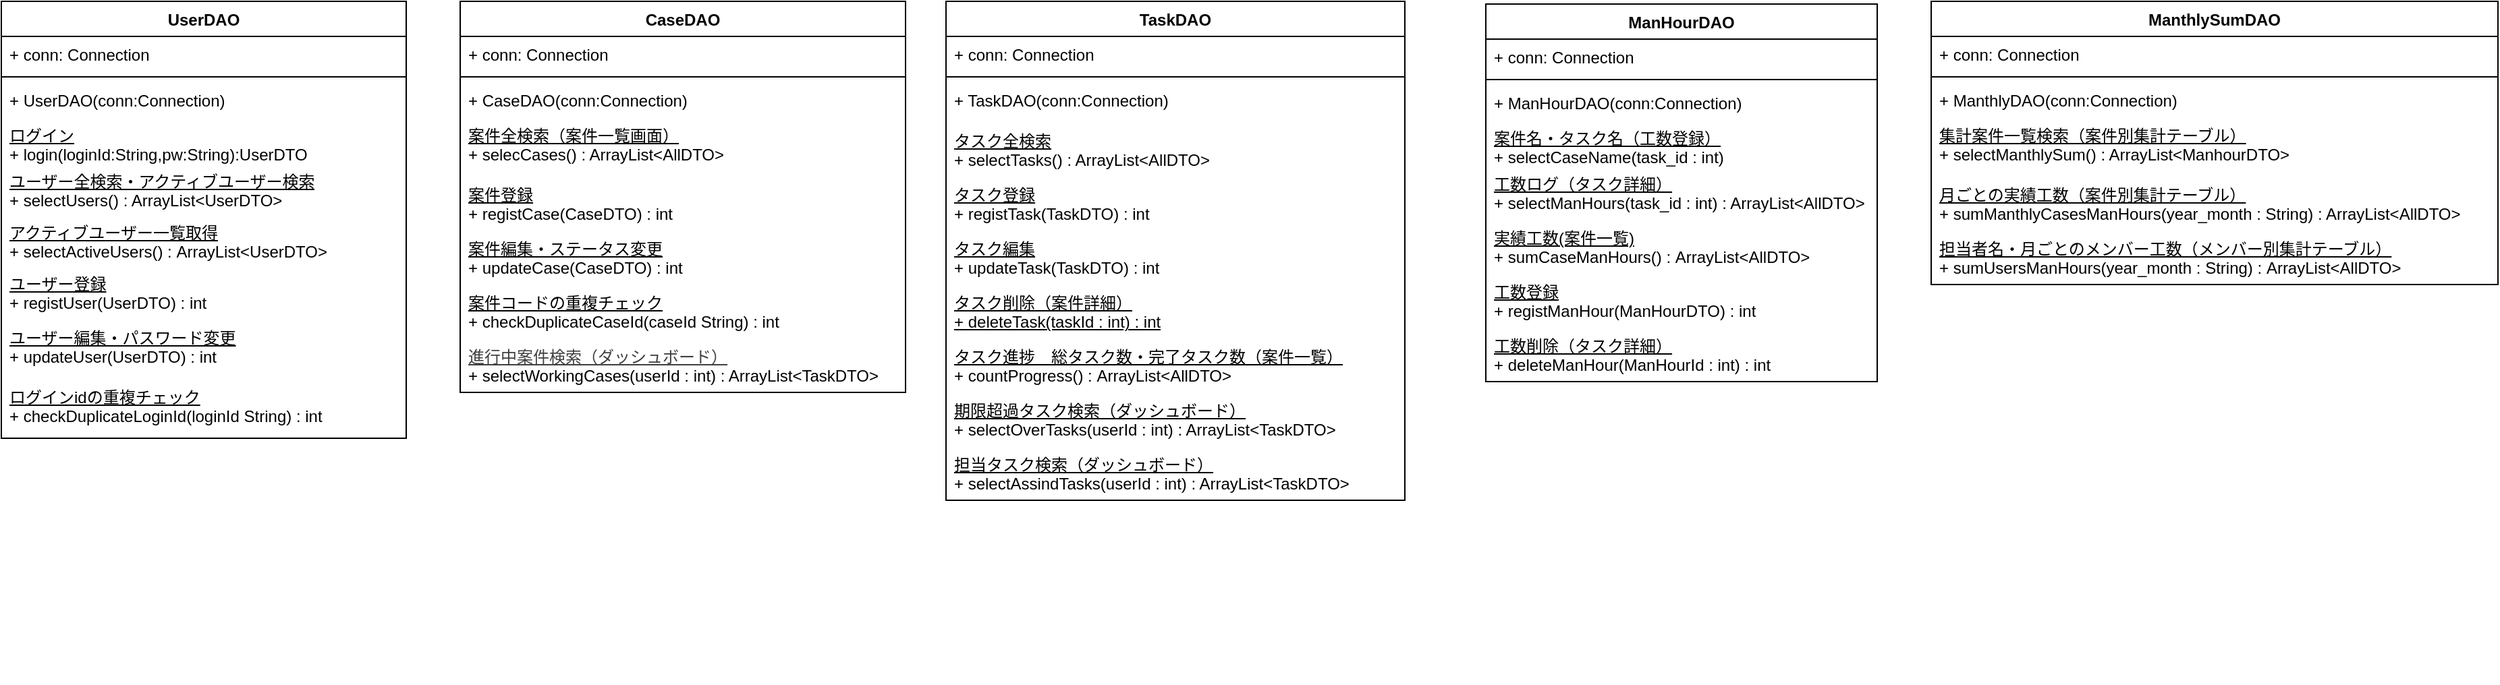
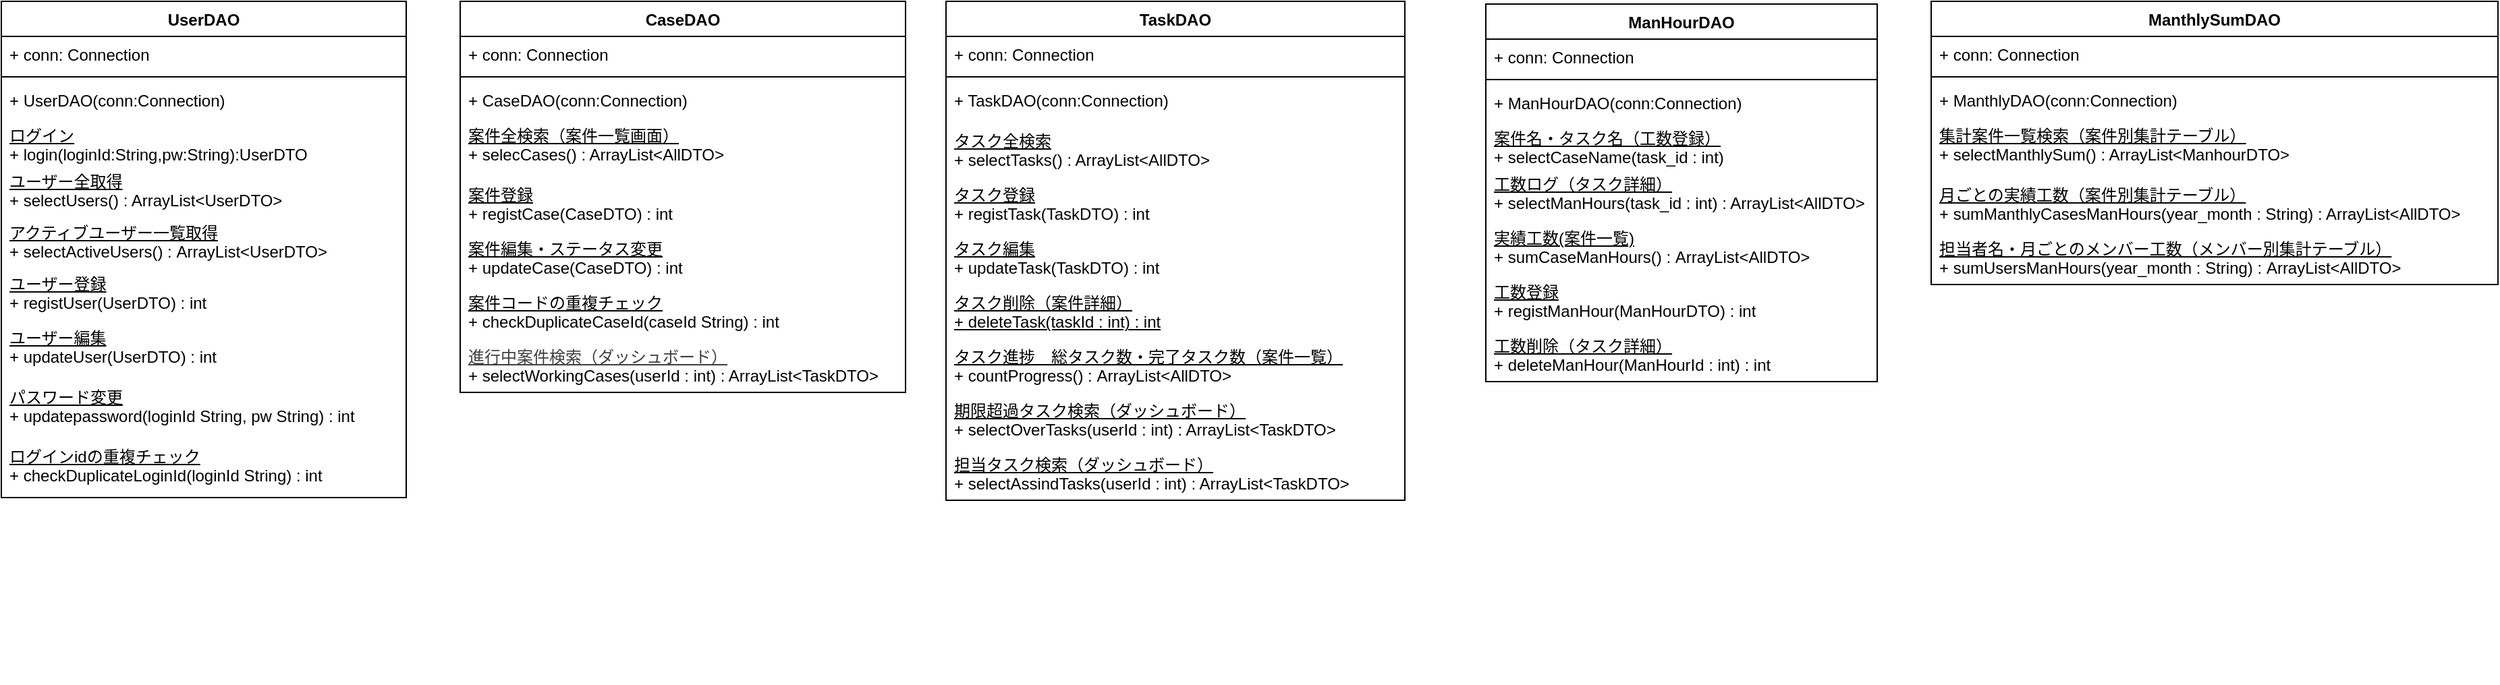
<mxfile host="65bd71144e">
    <diagram id="FiwLhSfAqCs7Xlh_osOK" name="ページ1">
-         <mxGraphModel dx="571" dy="549" grid="1" gridSize="10" guides="1" tooltips="1" connect="1" arrows="1" fold="1" page="1" pageScale="1" pageWidth="827" pageHeight="1169" math="0" shadow="0">
+         <mxGraphModel dx="392" dy="549" grid="1" gridSize="10" guides="1" tooltips="1" connect="1" arrows="1" fold="1" page="1" pageScale="1" pageWidth="827" pageHeight="1169" math="0" shadow="0">
            <root>
                <mxCell id="0"/>
                <mxCell id="1" parent="0"/>
                <mxCell id="20" value="CaseDAO" style="swimlane;fontStyle=1;align=center;verticalAlign=top;childLayout=stackLayout;horizontal=1;startSize=26;horizontalStack=0;resizeParent=1;resizeParentMax=0;resizeLast=0;collapsible=1;marginBottom=0;whiteSpace=wrap;html=1;" parent="1" vertex="1">
                    <mxGeometry x="350" y="490" width="330" height="290" as="geometry"/>
                </mxCell>
                <mxCell id="21" value="+ conn: Connection" style="text;strokeColor=none;fillColor=none;align=left;verticalAlign=top;spacingLeft=4;spacingRight=4;overflow=hidden;rotatable=0;points=[[0,0.5],[1,0.5]];portConstraint=eastwest;whiteSpace=wrap;html=1;" parent="20" vertex="1">
                    <mxGeometry y="26" width="330" height="26" as="geometry"/>
                </mxCell>
                <mxCell id="22" value="" style="line;strokeWidth=1;fillColor=none;align=left;verticalAlign=middle;spacingTop=-1;spacingLeft=3;spacingRight=3;rotatable=0;labelPosition=right;points=[];portConstraint=eastwest;strokeColor=inherit;" parent="20" vertex="1">
                    <mxGeometry y="52" width="330" height="8" as="geometry"/>
                </mxCell>
                <mxCell id="23" value="+ CaseDAO(conn:Connection)" style="text;strokeColor=none;fillColor=none;align=left;verticalAlign=top;spacingLeft=4;spacingRight=4;overflow=hidden;rotatable=0;points=[[0,0.5],[1,0.5]];portConstraint=eastwest;whiteSpace=wrap;html=1;" parent="20" vertex="1">
                    <mxGeometry y="60" width="330" height="26" as="geometry"/>
                </mxCell>
                <mxCell id="30" value="&lt;div&gt;&lt;u&gt;&lt;font style=&quot;color: rgb(0, 0, 0);&quot;&gt;案件全検索（案件一覧画面）&lt;/font&gt;&lt;/u&gt;&lt;/div&gt;&lt;div&gt;&lt;font style=&quot;color: rgb(0, 0, 0);&quot;&gt;&lt;span style=&quot;background-color: transparent;&quot;&gt;+ selecCases(&lt;/span&gt;&lt;span style=&quot;background-color: transparent;&quot;&gt;) : ArrayList&amp;lt;AllDTO&amp;gt;&lt;/span&gt;&lt;/font&gt;&lt;/div&gt;" style="text;strokeColor=none;fillColor=none;align=left;verticalAlign=top;spacingLeft=4;spacingRight=4;overflow=hidden;rotatable=0;points=[[0,0.5],[1,0.5]];portConstraint=eastwest;whiteSpace=wrap;html=1;fontFamily=Helvetica;fontSize=12;fontColor=default;" parent="20" vertex="1">
                    <mxGeometry y="86" width="330" height="44" as="geometry"/>
                </mxCell>
                <mxCell id="54" value="&lt;div&gt;&lt;span&gt;&lt;u style=&quot;&quot;&gt;&lt;font style=&quot;color: rgb(0, 0, 0);&quot;&gt;案件登録&lt;/font&gt;&lt;/u&gt;&lt;/span&gt;&lt;/div&gt;&lt;span style=&quot;color: rgb(0, 0, 0);&quot;&gt;&lt;font style=&quot;color: rgb(0, 0, 0);&quot;&gt;+ registCase(CaseDTO) : int&lt;/font&gt;&lt;/span&gt;" style="text;strokeColor=none;fillColor=none;align=left;verticalAlign=top;spacingLeft=4;spacingRight=4;overflow=hidden;rotatable=0;points=[[0,0.5],[1,0.5]];portConstraint=eastwest;whiteSpace=wrap;html=1;fontFamily=Helvetica;fontSize=12;fontColor=default;" parent="20" vertex="1">
                    <mxGeometry y="130" width="330" height="40" as="geometry"/>
                </mxCell>
                <mxCell id="28" value="&lt;div&gt;&lt;u&gt;&lt;font style=&quot;color: rgb(0, 0, 0);&quot;&gt;案件編集・ステータス変更&lt;/font&gt;&lt;/u&gt;&lt;/div&gt;&lt;div&gt;&lt;span style=&quot;background-color: transparent;&quot;&gt;&lt;font style=&quot;color: rgb(0, 0, 0);&quot;&gt;+ updateCase(CaseDTO) : int&lt;/font&gt;&lt;/span&gt;&lt;/div&gt;" style="text;strokeColor=none;fillColor=none;align=left;verticalAlign=top;spacingLeft=4;spacingRight=4;overflow=hidden;rotatable=0;points=[[0,0.5],[1,0.5]];portConstraint=eastwest;whiteSpace=wrap;html=1;fontFamily=Helvetica;fontSize=12;fontColor=default;" parent="20" vertex="1">
                    <mxGeometry y="170" width="330" height="40" as="geometry"/>
                </mxCell>
                <mxCell id="95" value="&lt;u&gt;案件コードの重複チェック&lt;/u&gt;&lt;div&gt;+ checkDuplicateCaseId(caseId String) : int&amp;nbsp;&lt;/div&gt;" style="text;strokeColor=none;fillColor=none;align=left;verticalAlign=top;spacingLeft=4;spacingRight=4;overflow=hidden;rotatable=0;points=[[0,0.5],[1,0.5]];portConstraint=eastwest;whiteSpace=wrap;html=1;fontFamily=Helvetica;fontSize=12;fontColor=default;" parent="20" vertex="1">
                    <mxGeometry y="210" width="330" height="40" as="geometry"/>
                </mxCell>
                <mxCell id="96" value="&lt;div style=&quot;scrollbar-color: rgb(226, 226, 226) rgb(251, 251, 251); color: rgb(63, 63, 63);&quot;&gt;&lt;font style=&quot;scrollbar-color: rgb(226, 226, 226) rgb(251, 251, 251); color: rgb(63, 63, 63);&quot;&gt;&lt;u style=&quot;scrollbar-color: rgb(226, 226, 226) rgb(251, 251, 251); color: rgb(63, 63, 63);&quot;&gt;進行中案件検索（ダッシュボード）&lt;/u&gt;&lt;/font&gt;&lt;/div&gt;&lt;span style=&quot;scrollbar-color: rgb(226, 226, 226) rgb(251, 251, 251); color: rgb(0, 0, 0);&quot;&gt;+ selectWorkingCases(&lt;span style=&quot;scrollbar-color: rgb(226, 226, 226) rgb(251, 251, 251); color: rgb(0, 0, 0);&quot;&gt;userId : int&lt;/span&gt;) : ArrayList&amp;lt;TaskDTO&amp;gt;&lt;/span&gt;" style="text;strokeColor=none;fillColor=none;align=left;verticalAlign=top;spacingLeft=4;spacingRight=4;overflow=hidden;rotatable=0;points=[[0,0.5],[1,0.5]];portConstraint=eastwest;whiteSpace=wrap;html=1;fontFamily=Helvetica;fontSize=12;fontColor=default;" parent="20" vertex="1">
                    <mxGeometry y="250" width="330" height="40" as="geometry"/>
                </mxCell>
                <mxCell id="27" style="text;strokeColor=none;fillColor=none;align=left;verticalAlign=top;spacingLeft=4;spacingRight=4;overflow=hidden;rotatable=0;points=[[0,0.5],[1,0.5]];portConstraint=eastwest;whiteSpace=wrap;html=1;" parent="20" vertex="1">
                    <mxGeometry y="290" width="330" as="geometry"/>
                </mxCell>
                <mxCell id="32" value="UserDAO" style="swimlane;fontStyle=1;align=center;verticalAlign=top;childLayout=stackLayout;horizontal=1;startSize=26;horizontalStack=0;resizeParent=1;resizeParentMax=0;resizeLast=0;collapsible=1;marginBottom=0;whiteSpace=wrap;html=1;" parent="1" vertex="1">
-                     <mxGeometry x="10" y="490" width="300" height="324" as="geometry"/>
+                     <mxGeometry x="10" y="490" width="300" height="368" as="geometry"/>
                </mxCell>
                <mxCell id="33" value="+ conn: Connection" style="text;strokeColor=none;fillColor=none;align=left;verticalAlign=top;spacingLeft=4;spacingRight=4;overflow=hidden;rotatable=0;points=[[0,0.5],[1,0.5]];portConstraint=eastwest;whiteSpace=wrap;html=1;" parent="32" vertex="1">
                    <mxGeometry y="26" width="300" height="26" as="geometry"/>
                </mxCell>
                <mxCell id="34" value="" style="line;strokeWidth=1;fillColor=none;align=left;verticalAlign=middle;spacingTop=-1;spacingLeft=3;spacingRight=3;rotatable=0;labelPosition=right;points=[];portConstraint=eastwest;strokeColor=inherit;" parent="32" vertex="1">
                    <mxGeometry y="52" width="300" height="8" as="geometry"/>
                </mxCell>
                <mxCell id="35" value="+ UserDAO(conn:Connection)" style="text;strokeColor=none;fillColor=none;align=left;verticalAlign=top;spacingLeft=4;spacingRight=4;overflow=hidden;rotatable=0;points=[[0,0.5],[1,0.5]];portConstraint=eastwest;whiteSpace=wrap;html=1;" parent="32" vertex="1">
                    <mxGeometry y="60" width="300" height="26" as="geometry"/>
                </mxCell>
                <mxCell id="41" value="&lt;div&gt;&lt;span style=&quot;background-color: transparent;&quot;&gt;&lt;u&gt;ログイン&lt;/u&gt;&lt;/span&gt;&lt;/div&gt;&lt;div&gt;&lt;span style=&quot;color: rgb(0, 0, 0);&quot;&gt;+ login(loginId:String,pw:String):UserDTO&lt;/span&gt;&lt;/div&gt;" style="text;strokeColor=none;fillColor=none;align=left;verticalAlign=top;spacingLeft=4;spacingRight=4;overflow=hidden;rotatable=0;points=[[0,0.5],[1,0.5]];portConstraint=eastwest;whiteSpace=wrap;html=1;" parent="32" vertex="1">
                    <mxGeometry y="86" width="300" height="34" as="geometry"/>
                </mxCell>
-                 <mxCell id="37" value="&lt;div&gt;&lt;span style=&quot;background-color: transparent;&quot;&gt;&lt;font style=&quot;color: rgb(0, 0, 0);&quot;&gt;&lt;u&gt;ユーザー全検索・アクティブユーザー検索&lt;/u&gt;&lt;/font&gt;&lt;/span&gt;&lt;/div&gt;&lt;div&gt;&lt;span style=&quot;background-color: transparent;&quot;&gt;&lt;font style=&quot;color: rgb(0, 0, 0);&quot;&gt;+ selectUsers() : ArrayList&amp;lt;UserDTO&amp;gt;&lt;/font&gt;&lt;/span&gt;&lt;/div&gt;" style="text;strokeColor=none;fillColor=none;align=left;verticalAlign=top;spacingLeft=4;spacingRight=4;overflow=hidden;rotatable=0;points=[[0,0.5],[1,0.5]];portConstraint=eastwest;whiteSpace=wrap;html=1;fontFamily=Helvetica;fontSize=12;fontColor=default;" parent="32" vertex="1">
+                 <mxCell id="37" value="&lt;div&gt;&lt;span style=&quot;background-color: transparent;&quot;&gt;&lt;font style=&quot;color: rgb(0, 0, 0);&quot;&gt;&lt;u&gt;ユーザー全取得&lt;/u&gt;&lt;/font&gt;&lt;/span&gt;&lt;/div&gt;&lt;div&gt;&lt;span style=&quot;background-color: transparent;&quot;&gt;&lt;font style=&quot;color: rgb(0, 0, 0);&quot;&gt;+ selectUsers() : ArrayList&amp;lt;UserDTO&amp;gt;&lt;/font&gt;&lt;/span&gt;&lt;/div&gt;" style="text;strokeColor=none;fillColor=none;align=left;verticalAlign=top;spacingLeft=4;spacingRight=4;overflow=hidden;rotatable=0;points=[[0,0.5],[1,0.5]];portConstraint=eastwest;whiteSpace=wrap;html=1;fontFamily=Helvetica;fontSize=12;fontColor=default;" parent="32" vertex="1">
                    <mxGeometry y="120" width="300" height="38" as="geometry"/>
                </mxCell>
                <mxCell id="97" value="&lt;u&gt;アクティブユーザー一覧取得&lt;/u&gt;&lt;div&gt;+ selectActiveUsers() :&amp;nbsp;&lt;span style=&quot;color: rgb(0, 0, 0); background-color: transparent;&quot;&gt;ArrayList&amp;lt;UserDTO&amp;gt;&lt;/span&gt;&lt;/div&gt;" style="text;strokeColor=none;fillColor=none;align=left;verticalAlign=top;spacingLeft=4;spacingRight=4;overflow=hidden;rotatable=0;points=[[0,0.5],[1,0.5]];portConstraint=eastwest;whiteSpace=wrap;html=1;fontFamily=Helvetica;fontSize=12;fontColor=default;" vertex="1" parent="32">
                    <mxGeometry y="158" width="300" height="38" as="geometry"/>
                </mxCell>
                <mxCell id="43" value="&lt;div&gt;&lt;font style=&quot;color: rgb(0, 0, 0);&quot;&gt;&lt;u&gt;ユーザー登録&lt;/u&gt;&lt;/font&gt;&lt;/div&gt;&lt;div&gt;&lt;font style=&quot;color: rgb(0, 0, 0);&quot;&gt;+ registUser(UserDTO) : int&lt;/font&gt;&lt;/div&gt;" style="text;strokeColor=none;fillColor=none;align=left;verticalAlign=top;spacingLeft=4;spacingRight=4;overflow=hidden;rotatable=0;points=[[0,0.5],[1,0.5]];portConstraint=eastwest;whiteSpace=wrap;html=1;fontFamily=Helvetica;fontSize=12;fontColor=default;" parent="32" vertex="1">
                    <mxGeometry y="196" width="300" height="40" as="geometry"/>
                </mxCell>
-                 <mxCell id="39" value="&lt;div&gt;&lt;u&gt;ユーザー編集・パスワード変更&lt;/u&gt;&lt;/div&gt;+ updateUser(UserDTO) : int" style="text;strokeColor=none;fillColor=none;align=left;verticalAlign=top;spacingLeft=4;spacingRight=4;overflow=hidden;rotatable=0;points=[[0,0.5],[1,0.5]];portConstraint=eastwest;whiteSpace=wrap;html=1;fontFamily=Helvetica;fontSize=12;fontColor=default;" parent="32" vertex="1">
+                 <mxCell id="39" value="&lt;div&gt;&lt;u&gt;ユーザー編集&lt;/u&gt;&lt;/div&gt;+ updateUser(UserDTO) : int" style="text;strokeColor=none;fillColor=none;align=left;verticalAlign=top;spacingLeft=4;spacingRight=4;overflow=hidden;rotatable=0;points=[[0,0.5],[1,0.5]];portConstraint=eastwest;whiteSpace=wrap;html=1;fontFamily=Helvetica;fontSize=12;fontColor=default;" parent="32" vertex="1">
                    <mxGeometry y="236" width="300" height="44" as="geometry"/>
                </mxCell>
-                 <mxCell id="94" value="&lt;u&gt;ログインidの重複チェック&lt;/u&gt;&lt;div&gt;+ checkDuplicateLoginId(loginId String) : int&lt;/div&gt;" style="text;strokeColor=none;fillColor=none;align=left;verticalAlign=top;spacingLeft=4;spacingRight=4;overflow=hidden;rotatable=0;points=[[0,0.5],[1,0.5]];portConstraint=eastwest;whiteSpace=wrap;html=1;fontFamily=Helvetica;fontSize=12;fontColor=default;" parent="32" vertex="1">
+                 <mxCell id="98" value="&lt;u&gt;パスワード変更&lt;/u&gt;&lt;div&gt;+ updatepassword(loginId String, pw String) : int&lt;/div&gt;" style="text;strokeColor=none;fillColor=none;align=left;verticalAlign=top;spacingLeft=4;spacingRight=4;overflow=hidden;rotatable=0;points=[[0,0.5],[1,0.5]];portConstraint=eastwest;whiteSpace=wrap;html=1;fontFamily=Helvetica;fontSize=12;fontColor=default;" vertex="1" parent="32">
                    <mxGeometry y="280" width="300" height="44" as="geometry"/>
                </mxCell>
+                 <mxCell id="94" value="&lt;u&gt;ログインidの重複チェック&lt;/u&gt;&lt;div&gt;+ checkDuplicateLoginId(loginId String) : int&lt;/div&gt;" style="text;strokeColor=none;fillColor=none;align=left;verticalAlign=top;spacingLeft=4;spacingRight=4;overflow=hidden;rotatable=0;points=[[0,0.5],[1,0.5]];portConstraint=eastwest;whiteSpace=wrap;html=1;fontFamily=Helvetica;fontSize=12;fontColor=default;" parent="32" vertex="1">
+                     <mxGeometry y="324" width="300" height="44" as="geometry"/>
+                 </mxCell>
                <mxCell id="40" style="text;strokeColor=none;fillColor=none;align=left;verticalAlign=top;spacingLeft=4;spacingRight=4;overflow=hidden;rotatable=0;points=[[0,0.5],[1,0.5]];portConstraint=eastwest;whiteSpace=wrap;html=1;" parent="32" vertex="1">
-                     <mxGeometry y="324" width="300" as="geometry"/>
+                     <mxGeometry y="368" width="300" as="geometry"/>
                </mxCell>
                <mxCell id="45" value="TaskDAO" style="swimlane;fontStyle=1;align=center;verticalAlign=top;childLayout=stackLayout;horizontal=1;startSize=26;horizontalStack=0;resizeParent=1;resizeParentMax=0;resizeLast=0;collapsible=1;marginBottom=0;whiteSpace=wrap;html=1;" parent="1" vertex="1">
                    <mxGeometry x="710" y="490" width="340" height="370" as="geometry"/>
                </mxCell>
                <mxCell id="46" value="+ conn: Connection" style="text;strokeColor=none;fillColor=none;align=left;verticalAlign=top;spacingLeft=4;spacingRight=4;overflow=hidden;rotatable=0;points=[[0,0.5],[1,0.5]];portConstraint=eastwest;whiteSpace=wrap;html=1;" parent="45" vertex="1">
                    <mxGeometry y="26" width="340" height="26" as="geometry"/>
                </mxCell>
                <mxCell id="47" value="" style="line;strokeWidth=1;fillColor=none;align=left;verticalAlign=middle;spacingTop=-1;spacingLeft=3;spacingRight=3;rotatable=0;labelPosition=right;points=[];portConstraint=eastwest;strokeColor=inherit;" parent="45" vertex="1">
                    <mxGeometry y="52" width="340" height="8" as="geometry"/>
                </mxCell>
                <mxCell id="48" value="+ TaskDAO(conn:Connection)" style="text;strokeColor=none;fillColor=none;align=left;verticalAlign=top;spacingLeft=4;spacingRight=4;overflow=hidden;rotatable=0;points=[[0,0.5],[1,0.5]];portConstraint=eastwest;whiteSpace=wrap;html=1;" parent="45" vertex="1">
                    <mxGeometry y="60" width="340" height="30" as="geometry"/>
                </mxCell>
                <mxCell id="49" value="&lt;div&gt;&lt;u&gt;タスク全検索&lt;/u&gt;&lt;/div&gt;+ selectTasks() : ArrayList&amp;lt;AllDTO&amp;gt;" style="text;strokeColor=none;fillColor=none;align=left;verticalAlign=top;spacingLeft=4;spacingRight=4;overflow=hidden;rotatable=0;points=[[0,0.5],[1,0.5]];portConstraint=eastwest;whiteSpace=wrap;html=1;fontFamily=Helvetica;fontSize=12;fontColor=default;" parent="45" vertex="1">
                    <mxGeometry y="90" width="340" height="40" as="geometry"/>
                </mxCell>
                <mxCell id="51" value="&lt;div&gt;&lt;u&gt;タスク登録&lt;/u&gt;&lt;/div&gt;+ registTask(TaskDTO) : int" style="text;strokeColor=none;fillColor=none;align=left;verticalAlign=top;spacingLeft=4;spacingRight=4;overflow=hidden;rotatable=0;points=[[0,0.5],[1,0.5]];portConstraint=eastwest;whiteSpace=wrap;html=1;fontFamily=Helvetica;fontSize=12;fontColor=default;" parent="45" vertex="1">
                    <mxGeometry y="130" width="340" height="40" as="geometry"/>
                </mxCell>
                <mxCell id="52" value="&lt;div&gt;&lt;u&gt;タスク編集&lt;/u&gt;&lt;/div&gt;+ updateTask(TaskDTO) : int" style="text;strokeColor=none;fillColor=none;align=left;verticalAlign=top;spacingLeft=4;spacingRight=4;overflow=hidden;rotatable=0;points=[[0,0.5],[1,0.5]];portConstraint=eastwest;whiteSpace=wrap;html=1;fontFamily=Helvetica;fontSize=12;fontColor=default;" parent="45" vertex="1">
                    <mxGeometry y="170" width="340" height="40" as="geometry"/>
                </mxCell>
                <mxCell id="93" value="&lt;u&gt;タスク削除（案件詳細）&lt;/u&gt;&lt;div&gt;&lt;u&gt;&lt;font style=&quot;color: rgb(0, 0, 0);&quot;&gt;+ deleteTask(taskId : int) : int&lt;/font&gt;&lt;/u&gt;&lt;/div&gt;" style="text;strokeColor=none;fillColor=none;align=left;verticalAlign=top;spacingLeft=4;spacingRight=4;overflow=hidden;rotatable=0;points=[[0,0.5],[1,0.5]];portConstraint=eastwest;whiteSpace=wrap;html=1;fontFamily=Helvetica;fontSize=12;fontColor=default;" parent="45" vertex="1">
                    <mxGeometry y="210" width="340" height="40" as="geometry"/>
                </mxCell>
                <mxCell id="91" value="&lt;div&gt;&lt;u&gt;タスク進捗　総タスク数・完了タスク数（案件一覧）&lt;/u&gt;&lt;/div&gt;+ countProgress() :&amp;nbsp;&lt;span style=&quot;color: rgb(0, 0, 0);&quot;&gt;ArrayList&amp;lt;AllDTO&amp;gt;&lt;/span&gt;" style="text;strokeColor=none;fillColor=none;align=left;verticalAlign=top;spacingLeft=4;spacingRight=4;overflow=hidden;rotatable=0;points=[[0,0.5],[1,0.5]];portConstraint=eastwest;whiteSpace=wrap;html=1;fontFamily=Helvetica;fontSize=12;fontColor=default;" parent="45" vertex="1">
                    <mxGeometry y="250" width="340" height="40" as="geometry"/>
                </mxCell>
                <mxCell id="86" value="&lt;div&gt;&lt;font color=&quot;#000000&quot;&gt;&lt;u&gt;期限超過タスク検索（ダッシュボード）&lt;/u&gt;&lt;/font&gt;&lt;/div&gt;&lt;span style=&quot;color: rgb(0, 0, 0);&quot;&gt;+ selectOverTasks(&lt;span style=&quot;color: rgb(0, 0, 0);&quot;&gt;userId : int&lt;/span&gt;) : ArrayList&amp;lt;TaskDTO&amp;gt;&lt;/span&gt;" style="text;strokeColor=none;fillColor=none;align=left;verticalAlign=top;spacingLeft=4;spacingRight=4;overflow=hidden;rotatable=0;points=[[0,0.5],[1,0.5]];portConstraint=eastwest;whiteSpace=wrap;html=1;fontFamily=Helvetica;fontSize=12;fontColor=default;" parent="45" vertex="1">
                    <mxGeometry y="290" width="340" height="40" as="geometry"/>
                </mxCell>
                <mxCell id="85" value="&lt;div&gt;&lt;span style=&quot;color: rgb(0, 0, 0);&quot;&gt;&lt;u&gt;担当タスク検索（ダッシュボード）&lt;/u&gt;&lt;/span&gt;&lt;/div&gt;&lt;span style=&quot;color: rgb(0, 0, 0);&quot;&gt;+ selectAssindTasks(&lt;span style=&quot;color: rgb(0, 0, 0);&quot;&gt;userId : int&lt;/span&gt;) : ArrayList&amp;lt;TaskDTO&amp;gt;&lt;/span&gt;" style="text;strokeColor=none;fillColor=none;align=left;verticalAlign=top;spacingLeft=4;spacingRight=4;overflow=hidden;rotatable=0;points=[[0,0.5],[1,0.5]];portConstraint=eastwest;whiteSpace=wrap;html=1;fontFamily=Helvetica;fontSize=12;fontColor=default;" parent="45" vertex="1">
                    <mxGeometry y="330" width="340" height="40" as="geometry"/>
                </mxCell>
                <mxCell id="53" style="text;strokeColor=none;fillColor=none;align=left;verticalAlign=top;spacingLeft=4;spacingRight=4;overflow=hidden;rotatable=0;points=[[0,0.5],[1,0.5]];portConstraint=eastwest;whiteSpace=wrap;html=1;" parent="45" vertex="1">
                    <mxGeometry y="370" width="340" as="geometry"/>
                </mxCell>
                <mxCell id="55" value="ManHourDAO" style="swimlane;fontStyle=1;align=center;verticalAlign=top;childLayout=stackLayout;horizontal=1;startSize=26;horizontalStack=0;resizeParent=1;resizeParentMax=0;resizeLast=0;collapsible=1;marginBottom=0;whiteSpace=wrap;html=1;" parent="1" vertex="1">
                    <mxGeometry x="1110" y="492" width="290" height="280" as="geometry"/>
                </mxCell>
                <mxCell id="56" value="&lt;span style=&quot;color: rgb(0, 0, 0);&quot;&gt;+ conn: Connection&lt;/span&gt;" style="text;strokeColor=none;fillColor=none;align=left;verticalAlign=top;spacingLeft=4;spacingRight=4;overflow=hidden;rotatable=0;points=[[0,0.5],[1,0.5]];portConstraint=eastwest;whiteSpace=wrap;html=1;" parent="55" vertex="1">
                    <mxGeometry y="26" width="290" height="26" as="geometry"/>
                </mxCell>
                <mxCell id="57" value="" style="line;strokeWidth=1;fillColor=none;align=left;verticalAlign=middle;spacingTop=-1;spacingLeft=3;spacingRight=3;rotatable=0;labelPosition=right;points=[];portConstraint=eastwest;strokeColor=inherit;" parent="55" vertex="1">
                    <mxGeometry y="52" width="290" height="8" as="geometry"/>
                </mxCell>
                <mxCell id="58" value="+ ManHourDAO(conn:Connection)" style="text;strokeColor=none;fillColor=none;align=left;verticalAlign=top;spacingLeft=4;spacingRight=4;overflow=hidden;rotatable=0;points=[[0,0.5],[1,0.5]];portConstraint=eastwest;whiteSpace=wrap;html=1;" parent="55" vertex="1">
                    <mxGeometry y="60" width="290" height="26" as="geometry"/>
                </mxCell>
                <mxCell id="62" value="&lt;div&gt;&lt;u&gt;案件名・タスク名（工数登録）&lt;/u&gt;&lt;/div&gt;+ selectC&lt;span style=&quot;color: rgb(0, 0, 0);&quot;&gt;aseName&lt;/span&gt;(task_id : int) &lt;span style=&quot;color: rgb(0, 0, 0);&quot;&gt;:&amp;nbsp;&lt;/span&gt;&lt;span style=&quot;color: rgb(0, 0, 0);&quot;&gt;ArrayList&amp;lt;AllDTO&amp;gt;&lt;/span&gt;" style="text;strokeColor=none;fillColor=none;align=left;verticalAlign=top;spacingLeft=4;spacingRight=4;overflow=hidden;rotatable=0;points=[[0,0.5],[1,0.5]];portConstraint=eastwest;whiteSpace=wrap;html=1;" parent="55" vertex="1">
                    <mxGeometry y="86" width="290" height="34" as="geometry"/>
                </mxCell>
                <mxCell id="80" value="&lt;div&gt;&lt;u&gt;工数ログ（タスク詳細）&lt;/u&gt;&lt;/div&gt;+ selectManHours(task_id : int) : ArrayList&amp;lt;AllDTO&amp;gt;" style="text;strokeColor=none;fillColor=none;align=left;verticalAlign=top;spacingLeft=4;spacingRight=4;overflow=hidden;rotatable=0;points=[[0,0.5],[1,0.5]];portConstraint=eastwest;whiteSpace=wrap;html=1;" parent="55" vertex="1">
                    <mxGeometry y="120" width="290" height="40" as="geometry"/>
                </mxCell>
                <mxCell id="92" value="&lt;div&gt;&lt;u&gt;実績工数(案件一覧)&lt;/u&gt;&lt;/div&gt;+ sumCaseManHours() :&amp;nbsp;&lt;span style=&quot;color: rgb(0, 0, 0);&quot;&gt;ArrayList&amp;lt;AllDTO&amp;gt;&lt;/span&gt;" style="text;strokeColor=none;fillColor=none;align=left;verticalAlign=top;spacingLeft=4;spacingRight=4;overflow=hidden;rotatable=0;points=[[0,0.5],[1,0.5]];portConstraint=eastwest;whiteSpace=wrap;html=1;" parent="55" vertex="1">
                    <mxGeometry y="160" width="290" height="40" as="geometry"/>
                </mxCell>
                <mxCell id="61" value="&lt;div&gt;&lt;u&gt;工数登録&lt;/u&gt;&lt;/div&gt;+ registManHour(ManHourDTO) : int" style="text;strokeColor=none;fillColor=none;align=left;verticalAlign=top;spacingLeft=4;spacingRight=4;overflow=hidden;rotatable=0;points=[[0,0.5],[1,0.5]];portConstraint=eastwest;whiteSpace=wrap;html=1;" parent="55" vertex="1">
                    <mxGeometry y="200" width="290" height="40" as="geometry"/>
                </mxCell>
                <mxCell id="64" value="&lt;div&gt;&lt;u&gt;工数削除（タスク詳細）&lt;/u&gt;&lt;/div&gt;+ deleteManHour(ManHourId : int) : int" style="text;strokeColor=none;fillColor=none;align=left;verticalAlign=top;spacingLeft=4;spacingRight=4;overflow=hidden;rotatable=0;points=[[0,0.5],[1,0.5]];portConstraint=eastwest;whiteSpace=wrap;html=1;" parent="55" vertex="1">
                    <mxGeometry y="240" width="290" height="40" as="geometry"/>
                </mxCell>
                <mxCell id="59" style="text;strokeColor=none;fillColor=none;align=left;verticalAlign=top;spacingLeft=4;spacingRight=4;overflow=hidden;rotatable=0;points=[[0,0.5],[1,0.5]];portConstraint=eastwest;whiteSpace=wrap;html=1;" parent="1" vertex="1">
                    <mxGeometry x="390" y="970" width="290" height="26" as="geometry"/>
                </mxCell>
                <mxCell id="65" value="ManthlySumDAO" style="swimlane;fontStyle=1;align=center;verticalAlign=top;childLayout=stackLayout;horizontal=1;startSize=26;horizontalStack=0;resizeParent=1;resizeParentMax=0;resizeLast=0;collapsible=1;marginBottom=0;whiteSpace=wrap;html=1;" parent="1" vertex="1">
                    <mxGeometry x="1440" y="490" width="420" height="210" as="geometry"/>
                </mxCell>
                <mxCell id="66" value="&lt;span style=&quot;color: rgb(0, 0, 0);&quot;&gt;+ conn: Connection&lt;/span&gt;" style="text;strokeColor=none;fillColor=none;align=left;verticalAlign=top;spacingLeft=4;spacingRight=4;overflow=hidden;rotatable=0;points=[[0,0.5],[1,0.5]];portConstraint=eastwest;whiteSpace=wrap;html=1;" parent="65" vertex="1">
                    <mxGeometry y="26" width="420" height="26" as="geometry"/>
                </mxCell>
                <mxCell id="67" value="" style="line;strokeWidth=1;fillColor=none;align=left;verticalAlign=middle;spacingTop=-1;spacingLeft=3;spacingRight=3;rotatable=0;labelPosition=right;points=[];portConstraint=eastwest;strokeColor=inherit;" parent="65" vertex="1">
                    <mxGeometry y="52" width="420" height="8" as="geometry"/>
                </mxCell>
                <mxCell id="68" value="+ ManthlyDAO(conn:Connection)" style="text;strokeColor=none;fillColor=none;align=left;verticalAlign=top;spacingLeft=4;spacingRight=4;overflow=hidden;rotatable=0;points=[[0,0.5],[1,0.5]];portConstraint=eastwest;whiteSpace=wrap;html=1;" parent="65" vertex="1">
                    <mxGeometry y="60" width="420" height="26" as="geometry"/>
                </mxCell>
                <mxCell id="69" value="&lt;div&gt;&lt;u&gt;集計案件一覧検索（案件別集計テーブル）&lt;/u&gt;&lt;/div&gt;+ selectManthlySum() : ArrayList&amp;lt;ManhourDTO&amp;gt;" style="text;strokeColor=none;fillColor=none;align=left;verticalAlign=top;spacingLeft=4;spacingRight=4;overflow=hidden;rotatable=0;points=[[0,0.5],[1,0.5]];portConstraint=eastwest;whiteSpace=wrap;html=1;" parent="65" vertex="1">
                    <mxGeometry y="86" width="420" height="44" as="geometry"/>
                </mxCell>
                <mxCell id="77" value="&lt;div&gt;&lt;span style=&quot;color: rgb(0, 0, 0);&quot;&gt;&lt;u&gt;月ごとの実績工数（案件別集計テーブル）&lt;/u&gt;&lt;/span&gt;&lt;/div&gt;&lt;span style=&quot;color: rgb(0, 0, 0);&quot;&gt;+ sumManthlyCasesManHours&lt;span style=&quot;color: rgb(0, 0, 0);&quot;&gt;(year_month : String)&lt;/span&gt;&amp;nbsp;: ArrayList&amp;lt;AllDTO&amp;gt;&lt;/span&gt;" style="text;strokeColor=none;fillColor=none;align=left;verticalAlign=top;spacingLeft=4;spacingRight=4;overflow=hidden;rotatable=0;points=[[0,0.5],[1,0.5]];portConstraint=eastwest;whiteSpace=wrap;html=1;" parent="65" vertex="1">
                    <mxGeometry y="130" width="420" height="40" as="geometry"/>
                </mxCell>
                <mxCell id="78" value="&lt;div&gt;&lt;u&gt;担当者名・月ごとのメンバー工数（メンバー別集計テーブル）&lt;/u&gt;&lt;/div&gt;+ sumUsersManHours&lt;span style=&quot;color: rgb(0, 0, 0);&quot;&gt;(year_month : String)&lt;/span&gt;&amp;nbsp;:&amp;nbsp;&lt;span style=&quot;color: rgb(0, 0, 0);&quot;&gt;ArrayList&amp;lt;AllDTO&amp;gt;&lt;/span&gt;" style="text;strokeColor=none;fillColor=none;align=left;verticalAlign=top;spacingLeft=4;spacingRight=4;overflow=hidden;rotatable=0;points=[[0,0.5],[1,0.5]];portConstraint=eastwest;whiteSpace=wrap;html=1;" parent="65" vertex="1">
                    <mxGeometry y="170" width="420" height="40" as="geometry"/>
                </mxCell>
            </root>
        </mxGraphModel>
    </diagram>
</mxfile>